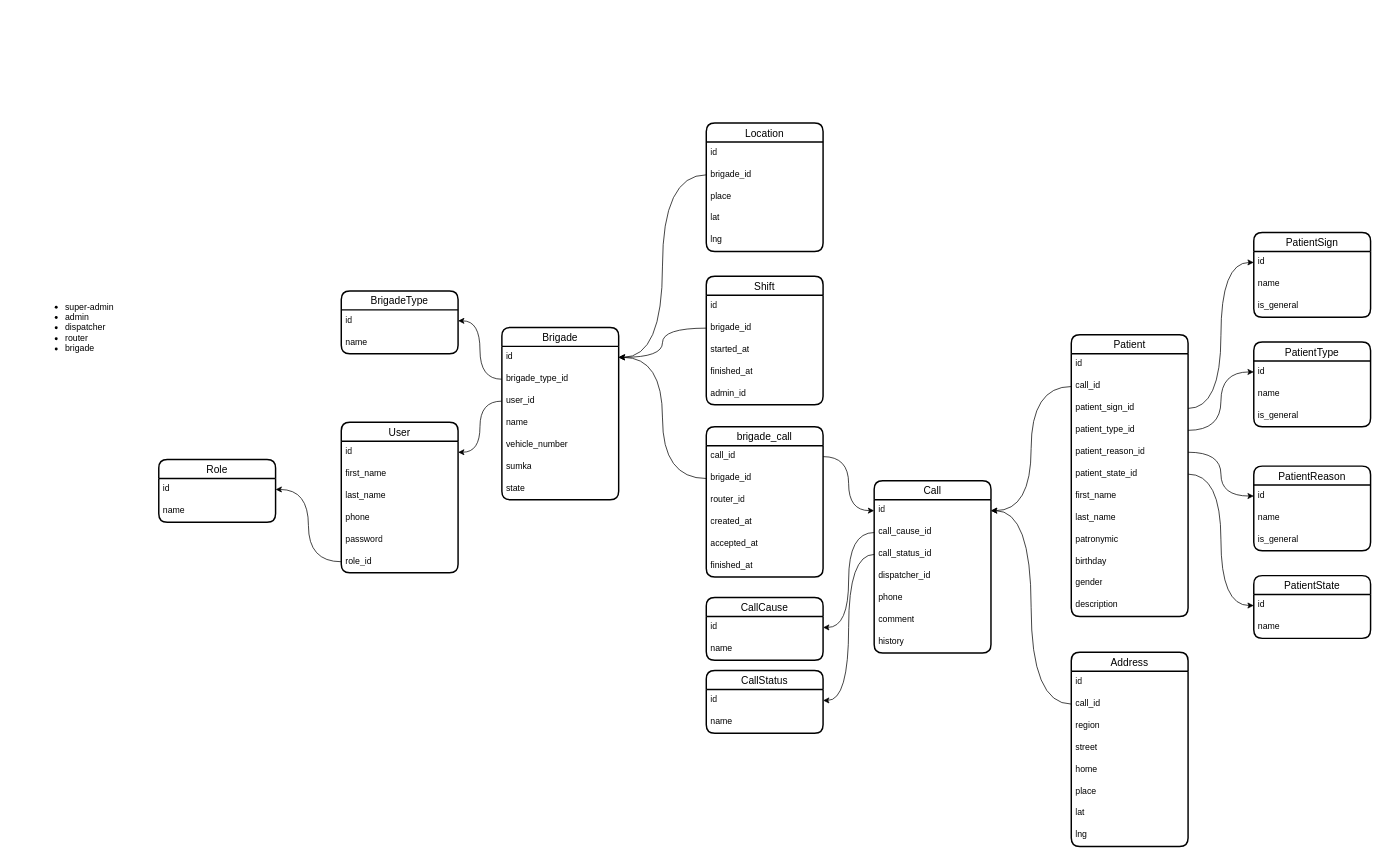
Earlier version of the draw.io diagram karsoft-103.drawio (iztileuoff/databases). Source tidied: cells renumbered, new cells numbered last; positions are measured from the earlier drawing's top-left corner, leaving out a move shared by most shapes. Both pictures are drawn from the tidied source at 73%, with x=0, y=0 at pixel (34, 123).
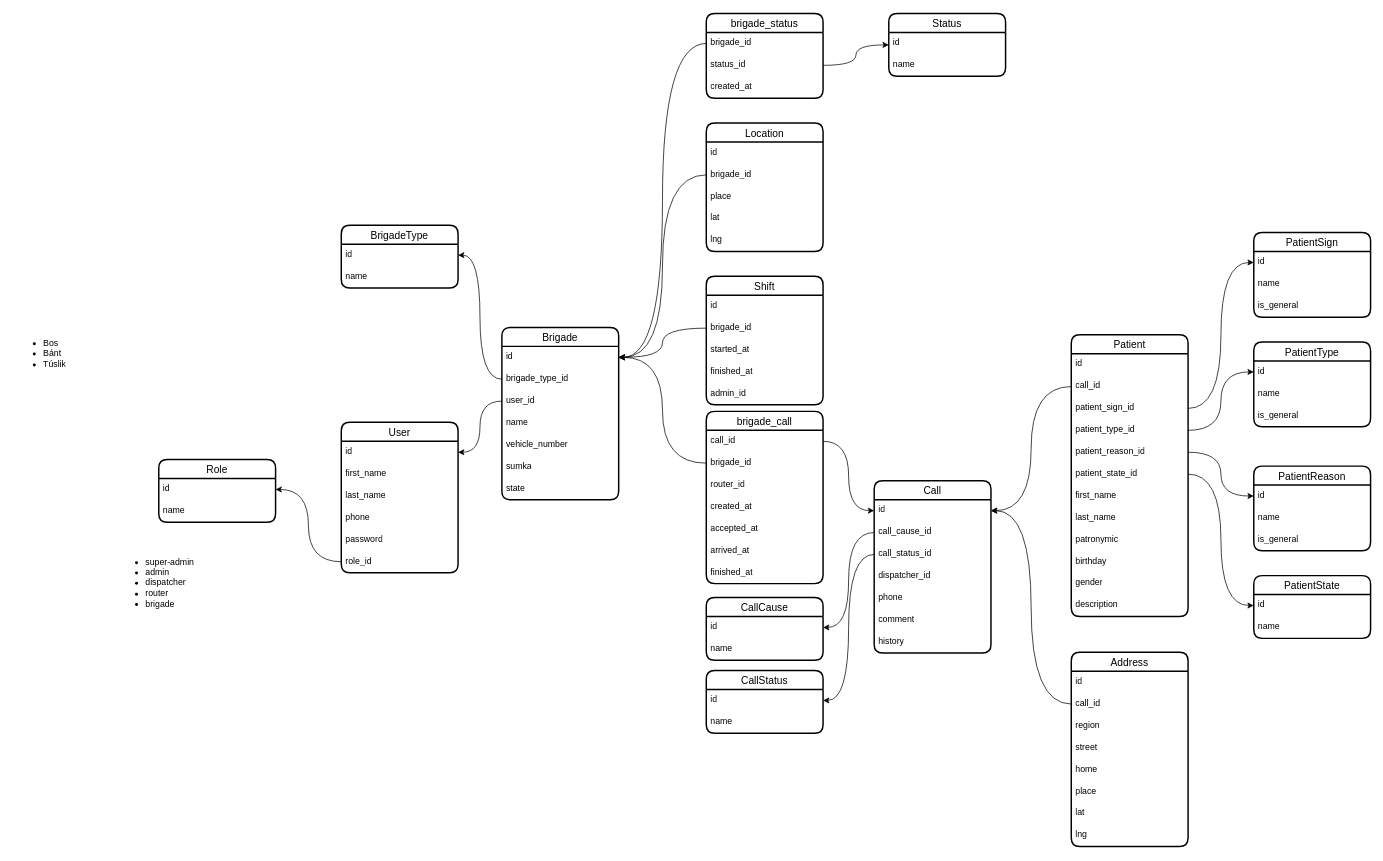
After the change.

The change refers to these unchanged cells:
```xml
<mxCell id="82" value="id" style="text;strokeColor=none;fillColor=none;spacingLeft=4;spacingRight=4;overflow=hidden;points=[[0,0.5],[1,0.5]];portConstraint=eastwest;fontSize=12;whiteSpace=wrap;html=1;" parent="81" vertex="1">
  <mxGeometry y="26" width="160" height="30" as="geometry" />
</mxCell>
```

Change to the diagram source:
```diff
@@
     <mxCell id="63" value="&lt;ul&gt;&lt;li&gt;super-admin&lt;/li&gt;&lt;li&gt;admin&lt;/li&gt;&lt;li&gt;dispatcher&lt;/li&gt;&lt;li&gt;router&lt;/li&gt;&lt;li&gt;brigade&lt;/li&gt;&lt;/ul&gt;" style="text;strokeColor=none;fillColor=none;html=1;whiteSpace=wrap;verticalAlign=middle;overflow=hidden;" parent="1" vertex="1">
-      <mxGeometry y="220" width="233" height="120" as="geometry" />
+      <mxGeometry x="110" y="570" width="233" height="120" as="geometry" />
     </mxCell>
@@
     <mxCell id="73" value="brigade_call" style="swimlane;fontStyle=0;horizontal=1;startSize=26;align=center;fontSize=14;strokeWidth=2;rounded=1;shadow=0;glass=0;swimlaneLine=1;" parent="1" vertex="1">
-      <mxGeometry x="920" y="416" width="160" height="206" as="geometry" />
+      <mxGeometry x="920" y="395" width="160" height="236" as="geometry" />
     </mxCell>
@@
+    <mxCell id="109" value="arrived_at" style="text;strokeColor=none;fillColor=none;spacingLeft=4;spacingRight=4;overflow=hidden;fontSize=12;whiteSpace=wrap;html=1;" parent="73" vertex="1">
+      <mxGeometry y="176" width="160" height="30" as="geometry" />
+    </mxCell>
     <mxCell id="79" value="finished_at" style="text;strokeColor=none;fillColor=none;spacingLeft=4;spacingRight=4;overflow=hidden;fontSize=12;whiteSpace=wrap;html=1;" parent="73" vertex="1">
-      <mxGeometry y="176" width="160" height="30" as="geometry" />
+      <mxGeometry y="206" width="160" height="30" as="geometry" />
     </mxCell>
@@
     <mxCell id="105" value="BrigadeType" style="swimlane;fontStyle=0;horizontal=1;startSize=26;align=center;fontSize=14;strokeWidth=2;rounded=1;shadow=0;glass=0;swimlaneLine=1;" parent="1" vertex="1">
-      <mxGeometry x="420" y="230" width="160" height="86" as="geometry" />
+      <mxGeometry x="420" y="140" width="160" height="86" as="geometry" />
     </mxCell>
@@
+    <mxCell id="110" value="Status" style="swimlane;fontStyle=0;horizontal=1;startSize=26;align=center;fontSize=14;strokeWidth=2;rounded=1;shadow=0;glass=0;swimlaneLine=1;" parent="1" vertex="1">
+      <mxGeometry x="1170" y="-150" width="160" height="86" as="geometry" />
+    </mxCell>
+    <mxCell id="111" value="id" style="text;strokeColor=none;fillColor=none;spacingLeft=4;spacingRight=4;overflow=hidden;fontSize=12;whiteSpace=wrap;html=1;" parent="110" vertex="1">
+      <mxGeometry y="26" width="160" height="30" as="geometry" />
+    </mxCell>
+    <mxCell id="112" value="name" style="text;strokeColor=none;fillColor=none;spacingLeft=4;spacingRight=4;overflow=hidden;fontSize=12;whiteSpace=wrap;html=1;" parent="110" vertex="1">
+      <mxGeometry y="56" width="160" height="30" as="geometry" />
+    </mxCell>
+    <mxCell id="113" value="&lt;ul&gt;&lt;li&gt;Bos&lt;/li&gt;&lt;li&gt;Bánt&lt;/li&gt;&lt;li style=&quot;border-color: var(--border-color);&quot;&gt;Túslik&lt;/li&gt;&lt;/ul&gt;" style="text;strokeColor=none;fillColor=none;html=1;whiteSpace=wrap;verticalAlign=middle;overflow=hidden;" parent="1" vertex="1">
+      <mxGeometry x="-30" y="256" width="233" height="120" as="geometry" />
+    </mxCell>
+    <mxCell id="114" value="brigade_status" style="swimlane;fontStyle=0;horizontal=1;startSize=26;align=center;fontSize=14;strokeWidth=2;rounded=1;shadow=0;glass=0;swimlaneLine=1;" parent="1" vertex="1">
+      <mxGeometry x="920" y="-150" width="160" height="116" as="geometry" />
+    </mxCell>
+    <mxCell id="115" value="brigade_id" style="text;strokeColor=none;fillColor=none;spacingLeft=4;spacingRight=4;overflow=hidden;points=[[0,0.5],[1,0.5]];portConstraint=eastwest;fontSize=12;whiteSpace=wrap;html=1;" parent="114" vertex="1">
+      <mxGeometry y="26" width="160" height="30" as="geometry" />
+    </mxCell>
+    <mxCell id="116" value="status_id" style="text;strokeColor=none;fillColor=none;spacingLeft=4;spacingRight=4;overflow=hidden;points=[[0,0.5],[1,0.5]];portConstraint=eastwest;fontSize=12;whiteSpace=wrap;html=1;" parent="114" vertex="1">
+      <mxGeometry y="56" width="160" height="30" as="geometry" />
+    </mxCell>
+    <mxCell id="117" value="created_at" style="text;strokeColor=none;fillColor=none;spacingLeft=4;spacingRight=4;overflow=hidden;fontSize=12;whiteSpace=wrap;html=1;" parent="114" vertex="1">
+      <mxGeometry y="86" width="160" height="30" as="geometry" />
+    </mxCell>
+    <mxCell id="118" style="edgeStyle=orthogonalEdgeStyle;rounded=0;jettySize=auto;html=1;entryX=1;entryY=0.5;entryDx=0;entryDy=0;curved=1;" parent="1" edge="1" source="115" target="82">
+      <mxGeometry relative="1" as="geometry" />
+    </mxCell>
+    <mxCell id="119" style="edgeStyle=orthogonalEdgeStyle;rounded=0;jettySize=auto;html=1;entryX=0;entryY=0.5;entryDx=0;entryDy=0;curved=1;" parent="1" edge="1" source="116" target="110">
+      <mxGeometry relative="1" as="geometry" />
+    </mxCell>
```
